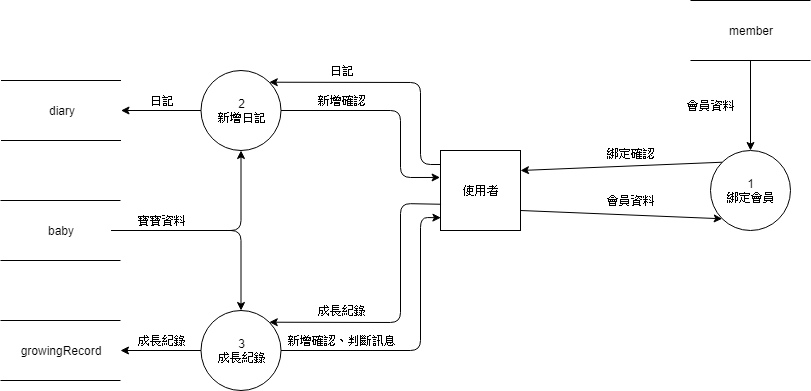
Above: 文件/Line0.png in BabyhubNTUB/babyhub2 (draw.io), before the change. Source tidied: cells renumbered, new cells last; positions are measured from the earlier drawing's top-left corner, leaving out a move shared by most shapes.
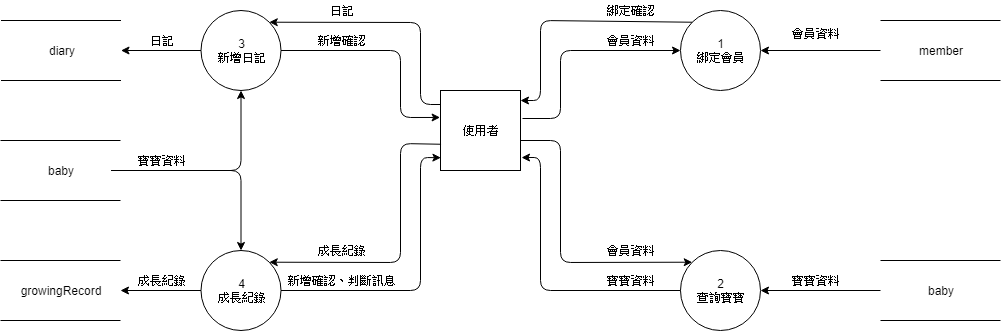
Later version of the same file.

What changed in the source:
```diff
@@ -6,33 +6,46 @@
       <mxGeometry x="440" y="150" width="80" height="80" as="geometry" />
     </mxCell>
     <mxCell id="3" value="1&lt;br&gt;綁定會員" style="ellipse;whiteSpace=wrap;html=1;" parent="1" vertex="1">
-      <mxGeometry x="710" y="150" width="80" height="80" as="geometry" />
+      <mxGeometry x="680" y="70" width="80" height="80" as="geometry" />
     </mxCell>
     <mxCell id="4" value="member" style="shape=partialRectangle;whiteSpace=wrap;html=1;left=0;right=0;fillColor=none;" parent="1" vertex="1">
-      <mxGeometry x="690" width="120" height="60" as="geometry" />
+      <mxGeometry x="880" y="80" width="120" height="60" as="geometry" />
     </mxCell>
-    <mxCell id="5" style="endArrow=classic;html=1;entryX=0;entryY=1;entryDx=0;entryDy=0;exitX=1;exitY=0.75;exitDx=0;exitDy=0;" parent="1" edge="1" source="2" target="3">
-      <mxGeometry relative="1" as="geometry" />
+    <mxCell id="5" style="endArrow=classic;html=1;entryX=0;entryY=0.5;entryDx=0;entryDy=0;exitX=1.025;exitY=0.35;exitDx=0;exitDy=0;exitPerimeter=0;" parent="1" edge="1" source="2" target="3">
+      <mxGeometry relative="1" as="geometry">
+        <Array as="points">
+          <mxPoint x="560" y="178" />
+          <mxPoint x="560" y="110" />
+        </Array>
+      </mxGeometry>
     </mxCell>
-    <mxCell id="6" style="endArrow=classic;html=1;exitX=0;exitY=0;exitDx=0;exitDy=0;entryX=1;entryY=0.25;entryDx=0;entryDy=0;" parent="1" edge="1" source="3" target="2">
-      <mxGeometry relative="1" as="geometry" />
+    <mxCell id="6" style="endArrow=classic;html=1;exitX=0;exitY=0;exitDx=0;exitDy=0;" parent="1" edge="1" source="3">
+      <mxGeometry relative="1" as="geometry">
+        <mxPoint x="520" y="160" as="targetPoint" />
+        <Array as="points">
+          <mxPoint x="540" y="80" />
+          <mxPoint x="540" y="160" />
+        </Array>
+      </mxGeometry>
     </mxCell>
-    <mxCell id="7" style="endArrow=classic;html=1;exitX=0.5;exitY=1;exitDx=0;exitDy=0;" parent="1" edge="1" source="4" target="3">
-      <mxGeometry relative="1" as="geometry" />
+    <mxCell id="7" style="endArrow=classic;html=1;exitX=0;exitY=0.5;exitDx=0;exitDy=0;" parent="1" edge="1" source="4">
+      <mxGeometry relative="1" as="geometry">
+        <mxPoint x="760" y="110" as="targetPoint" />
+      </mxGeometry>
     </mxCell>
     <mxCell id="8" value="會員資料" style="text;html=1;strokeColor=none;fillColor=none;align=center;verticalAlign=middle;whiteSpace=wrap;rounded=0;" parent="1" vertex="1">
-      <mxGeometry x="590" y="190" width="80" height="20" as="geometry" />
+      <mxGeometry x="590" y="90" width="80" height="20" as="geometry" />
     </mxCell>
     <mxCell id="9" value="會員資料" style="text;html=1;strokeColor=none;fillColor=none;align=center;verticalAlign=middle;whiteSpace=wrap;rounded=0;" parent="1" vertex="1">
-      <mxGeometry x="670" y="95" width="80" height="20" as="geometry" />
+      <mxGeometry x="775" y="82.5" width="80" height="20" as="geometry" />
     </mxCell>
     <mxCell id="10" value="綁定確認" style="text;html=1;strokeColor=none;fillColor=none;align=center;verticalAlign=middle;whiteSpace=wrap;rounded=0;" parent="1" vertex="1">
-      <mxGeometry x="590" y="142.5" width="80" height="20" as="geometry" />
+      <mxGeometry x="590" y="60" width="80" height="20" as="geometry" />
     </mxCell>
     <mxCell id="11" value="diary" style="shape=partialRectangle;whiteSpace=wrap;html=1;left=0;right=0;fillColor=none;" parent="1" vertex="1">
       <mxGeometry x="0.5" y="80" width="120" height="60" as="geometry" />
     </mxCell>
-    <mxCell id="12" value="2&lt;br&gt;新增日記&lt;br&gt;" style="ellipse;whiteSpace=wrap;html=1;" parent="1" vertex="1">
+    <mxCell id="12" value="3&lt;br&gt;新增日記" style="ellipse;whiteSpace=wrap;html=1;" parent="1" vertex="1">
       <mxGeometry x="200.5" y="70" width="80" height="80" as="geometry" />
     </mxCell>
     <mxCell id="13" style="endArrow=classic;html=1;exitX=0;exitY=0.5;exitDx=0;exitDy=0;entryX=1;entryY=0.5;entryDx=0;entryDy=0;" parent="1" edge="1" source="12" target="11">
@@ -79,7 +92,7 @@
     <mxCell id="22" value="growingRecord" style="shape=partialRectangle;whiteSpace=wrap;html=1;left=0;right=0;fillColor=none;" parent="1" vertex="1">
       <mxGeometry y="320" width="120" height="60" as="geometry" />
     </mxCell>
-    <mxCell id="23" value="3&lt;br&gt;成長紀錄&lt;br&gt;" style="ellipse;whiteSpace=wrap;html=1;" parent="1" vertex="1">
+    <mxCell id="23" value="4&lt;br&gt;成長紀錄" style="ellipse;whiteSpace=wrap;html=1;" parent="1" vertex="1">
       <mxGeometry x="200.5" y="310" width="80" height="80" as="geometry" />
     </mxCell>
     <mxCell id="24" style="endArrow=classic;html=1;entryX=1;entryY=0.5;entryDx=0;entryDy=0;" parent="1" edge="1" target="22">
@@ -119,5 +132,39 @@
         </Array>
       </mxGeometry>
     </mxCell>
+    <mxCell id="31" value="2&lt;br&gt;查詢寶寶" style="ellipse;whiteSpace=wrap;html=1;" parent="1" vertex="1">
+      <mxGeometry x="680" y="310" width="80" height="80" as="geometry" />
+    </mxCell>
+    <mxCell id="32" style="endArrow=classic;html=1;exitX=1;exitY=0.625;exitDx=0;exitDy=0;exitPerimeter=0;entryX=0;entryY=0;entryDx=0;entryDy=0;" parent="1" edge="1" source="2" target="31">
+      <mxGeometry relative="1" as="geometry">
+        <Array as="points">
+          <mxPoint x="560" y="200" />
+          <mxPoint x="560" y="322" />
+        </Array>
+      </mxGeometry>
+    </mxCell>
+    <mxCell id="33" style="endArrow=classic;html=1;entryX=1.013;entryY=0.838;entryDx=0;entryDy=0;entryPerimeter=0;exitX=0;exitY=0.5;exitDx=0;exitDy=0;" parent="1" edge="1" source="31" target="2">
+      <mxGeometry relative="1" as="geometry">
+        <Array as="points">
+          <mxPoint x="540" y="350" />
+          <mxPoint x="540" y="217" />
+        </Array>
+      </mxGeometry>
+    </mxCell>
+    <mxCell id="34" value="baby" style="shape=partialRectangle;whiteSpace=wrap;html=1;left=0;right=0;fillColor=none;" parent="1" vertex="1">
+      <mxGeometry x="880" y="320" width="120" height="60" as="geometry" />
+    </mxCell>
+    <mxCell id="35" style="endArrow=classic;html=1;exitX=0;exitY=0.5;exitDx=0;exitDy=0;entryX=1;entryY=0.5;entryDx=0;entryDy=0;" parent="1" edge="1" source="34" target="31">
+      <mxGeometry relative="1" as="geometry" />
+    </mxCell>
+    <mxCell id="36" value="寶寶資料" style="text;html=1;strokeColor=none;fillColor=none;align=center;verticalAlign=middle;whiteSpace=wrap;rounded=0;" parent="1" vertex="1">
+      <mxGeometry x="785" y="330" width="60" height="20" as="geometry" />
+    </mxCell>
+    <mxCell id="37" value="會員資料" style="text;html=1;strokeColor=none;fillColor=none;align=center;verticalAlign=middle;whiteSpace=wrap;rounded=0;" parent="1" vertex="1">
+      <mxGeometry x="590" y="300" width="80" height="20" as="geometry" />
+    </mxCell>
+    <mxCell id="38" value="寶寶資料" style="text;html=1;strokeColor=none;fillColor=none;align=center;verticalAlign=middle;whiteSpace=wrap;rounded=0;" parent="1" vertex="1">
+      <mxGeometry x="600" y="330" width="60" height="20" as="geometry" />
+    </mxCell>
   </root>
 </mxGraphModel>
```
